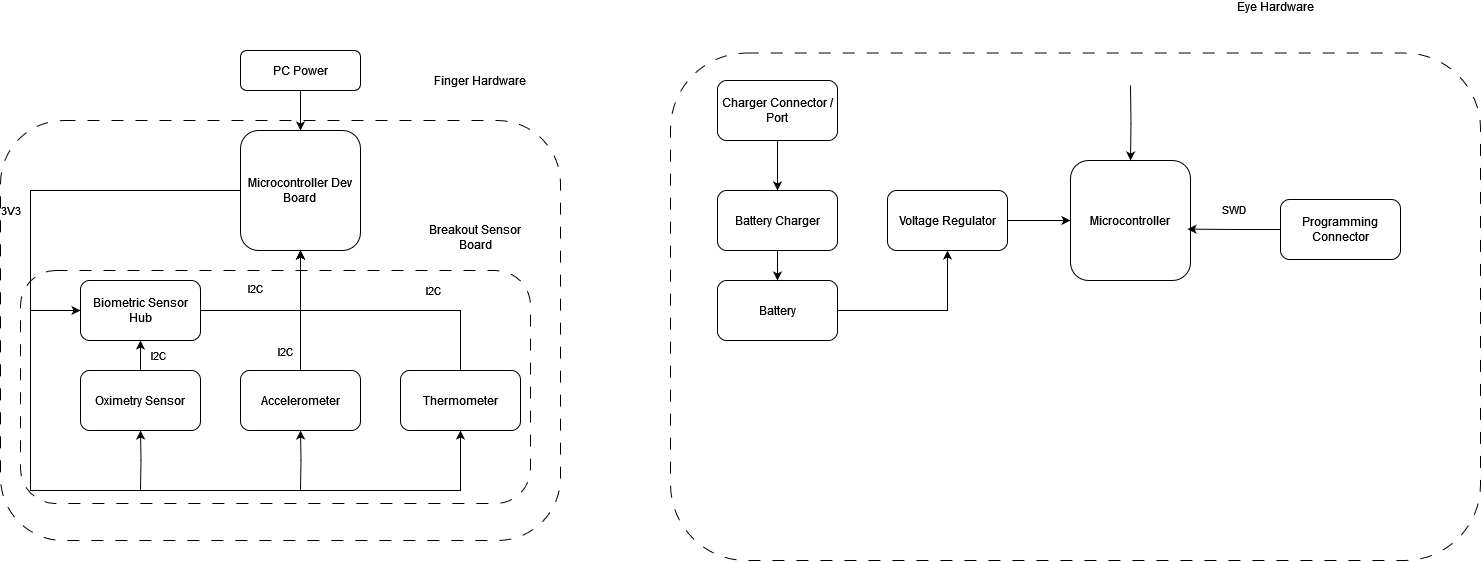
o-roman/SleepTracker keeps this draw.io diagram as Sleep Tracker PoC.drawio.png. Above is the earlier version. Source tidied: cells renumbered, new cells last; positions are measured from the earlier drawing's top-left corner, leaving out a move shared by most shapes.
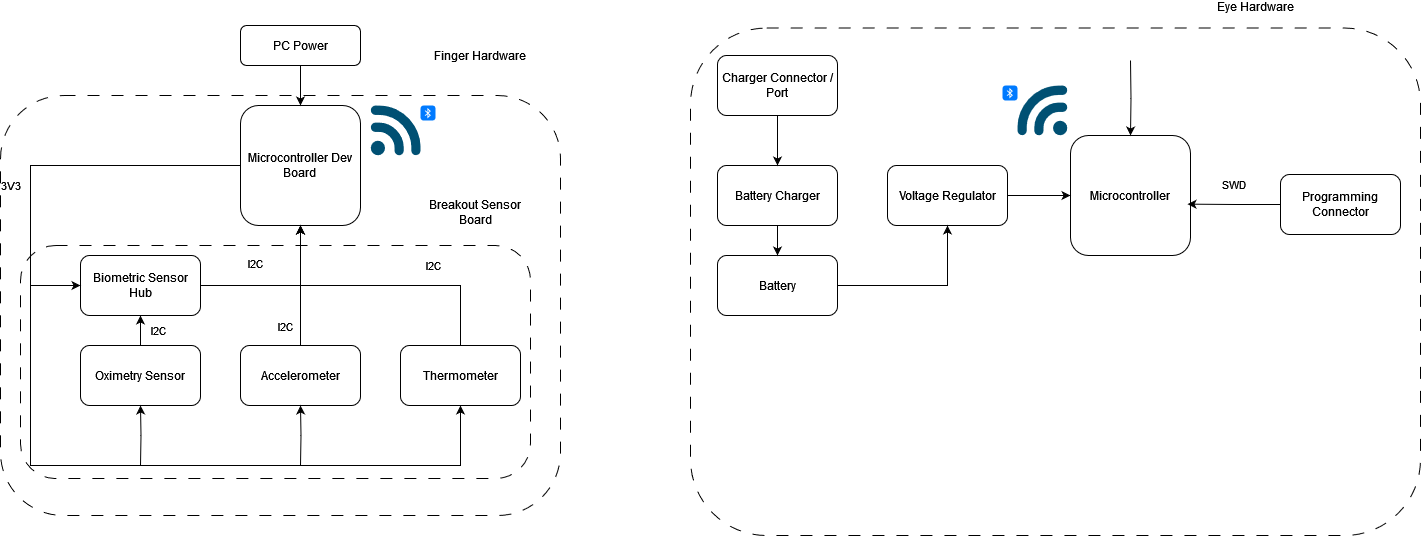
The same file after the commit.

What changed in the source:
```diff
@@ -107,8 +107,8 @@
     <mxCell id="24" value="PC Power" style="rounded=1;whiteSpace=wrap;html=1;fontColor=#000000;" parent="1" vertex="1">
       <mxGeometry x="240" width="120" height="40" as="geometry" />
     </mxCell>
-    <mxCell id="25" value="&lt;div&gt;Eye Hardware&lt;/div&gt;" style="rounded=1;whiteSpace=wrap;html=1;fillColor=default;dashed=1;dashPattern=12 12;spacingTop=-600;spacingRight=0;spacingLeft=400;fontColor=#000000;" parent="1" vertex="1">
-      <mxGeometry x="670" y="2.5" width="810" height="507.5" as="geometry" />
+    <mxCell id="25" value="&lt;div&gt;Eye Hardware&lt;/div&gt;" style="rounded=1;whiteSpace=wrap;html=1;fillColor=default;dashed=1;dashPattern=12 12;spacingTop=-550;spacingRight=0;spacingLeft=400;fontColor=#000000;" parent="1" vertex="1">
+      <mxGeometry x="690" y="2.5" width="730" height="507.5" as="geometry" />
     </mxCell>
     <mxCell id="26" value="&lt;div&gt;Microcontroller&lt;br&gt;&lt;/div&gt;" style="rounded=1;whiteSpace=wrap;html=1;fontColor=#000000;" parent="1" vertex="1">
       <mxGeometry x="1070" y="110" width="120" height="120" as="geometry" />
@@ -157,5 +157,17 @@
     <mxCell id="38" value="Charger Connector / Port" style="rounded=1;whiteSpace=wrap;html=1;" parent="1" vertex="1">
       <mxGeometry x="717" y="30" width="120" height="60" as="geometry" />
     </mxCell>
+    <mxCell id="39" style="verticalLabelPosition=bottom;sketch=0;html=1;verticalAlign=top;align=center;shape=mxgraph.cisco19.3g_4g_indicator;fillColor=#005073;strokeColor=none;flipH=0;" parent="1" vertex="1">
+      <mxGeometry x="370" y="80" width="50" height="50" as="geometry" />
+    </mxCell>
+    <mxCell id="40" style="verticalLabelPosition=bottom;sketch=0;html=1;verticalAlign=top;align=center;shape=mxgraph.cisco19.3g_4g_indicator;fillColor=#005073;strokeColor=none;flipH=1;" parent="1" vertex="1">
+      <mxGeometry x="1017" y="60" width="50" height="50" as="geometry" />
+    </mxCell>
+    <mxCell id="41" style="html=1;strokeWidth=1;shadow=0;dashed=0;shape=mxgraph.ios7.misc.bluetooth;fillColor=#007AFF;strokeColor=none;buttonText=;strokeColor2=#222222;fontColor=#222222;fontSize=8;verticalLabelPosition=bottom;verticalAlign=top;align=center;sketch=0;" parent="1" vertex="1">
+      <mxGeometry x="420" y="80" width="15" height="15" as="geometry" />
+    </mxCell>
+    <mxCell id="42" style="html=1;strokeWidth=1;shadow=0;dashed=0;shape=mxgraph.ios7.misc.bluetooth;fillColor=#007AFF;strokeColor=none;buttonText=;strokeColor2=#222222;fontColor=#222222;fontSize=8;verticalLabelPosition=bottom;verticalAlign=top;align=center;sketch=0;" parent="1" vertex="1">
+      <mxGeometry x="1002" y="60" width="15" height="15" as="geometry" />
+    </mxCell>
   </root>
 </mxGraphModel>
```
